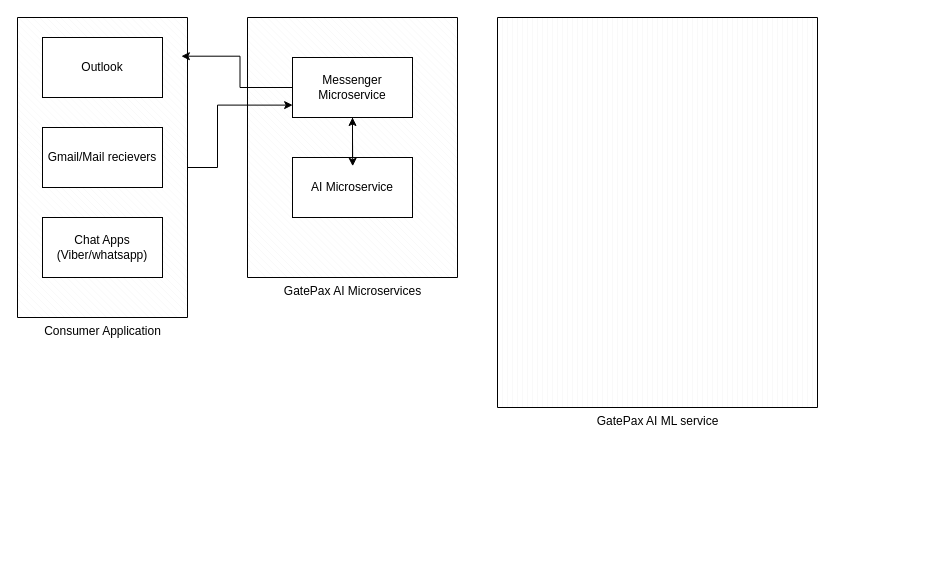
The draw.io diagram gatepax_hld.drawio in EnnobridgeTech/Draw.io-Diagrams, before the edit. Source tidied: cells renumbered, new cells numbered last; positions are measured from the earlier drawing's top-left corner, leaving out a move shared by most shapes. Both pictures are drawn from the tidied source at 100%, with x=0, y=0 at pixel (17, 17).
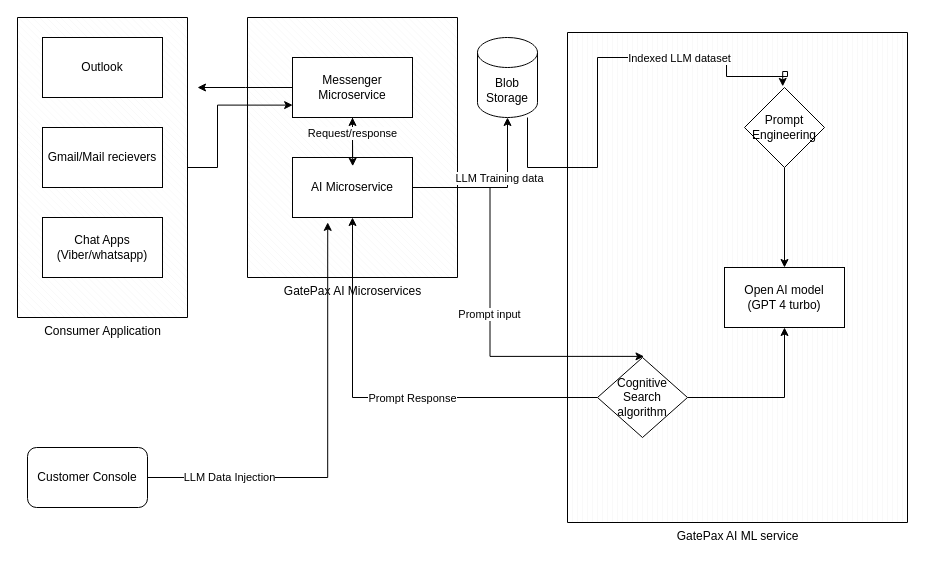
After the change.

The change refers to these unchanged cells:
```xml
<mxCell id="2" value="Consumer Application" style="verticalLabelPosition=bottom;verticalAlign=top;html=1;shape=mxgraph.basic.patternFillRect;fillStyle=diagRev;step=5;fillStrokeWidth=0.2;fillStrokeColor=#dddddd;" parent="1" vertex="1">
  <mxGeometry width="170" height="300" as="geometry" />
</mxCell>
<mxCell id="6" value="GatePax AI Microservices" style="verticalLabelPosition=bottom;verticalAlign=top;html=1;shape=mxgraph.basic.patternFillRect;fillStyle=diagRev;step=5;fillStrokeWidth=0.2;fillStrokeColor=#dddddd;" parent="1" vertex="1">
  <mxGeometry x="230" width="210" height="260" as="geometry" />
</mxCell>
<mxCell id="7" value="Messenger Microservice" style="rounded=0;whiteSpace=wrap;html=1;" parent="1" vertex="1">
  <mxGeometry x="275" y="40" width="120" height="60" as="geometry" />
</mxCell>
<mxCell id="9" value="AI Microservice" style="rounded=0;whiteSpace=wrap;html=1;" parent="1" vertex="1">
  <mxGeometry x="275" y="140" width="120" height="60" as="geometry" />
</mxCell>
<mxCell id="11" style="edgeStyle=orthogonalEdgeStyle;rounded=0;jettySize=auto;html=1;entryX=0.501;entryY=0.572;entryDx=0;entryDy=0;entryPerimeter=0;" parent="1" edge="1" source="7" target="6">
  <mxGeometry relative="1" as="geometry" />
</mxCell>
```

The edit, as a diff of the source:
```diff
@@
+    <mxCell id="14" style="edgeStyle=orthogonalEdgeStyle;rounded=0;jettySize=auto;html=1;exitX=0;exitY=0.5;exitDx=0;exitDy=0;" parent="1" edge="1" source="7">
+      <mxGeometry relative="1" as="geometry">
+        <mxPoint x="180" y="70" as="targetPoint" />
+      </mxGeometry>
+    </mxCell>
@@
-    <mxCell id="12" style="edgeStyle=orthogonalEdgeStyle;rounded=0;jettySize=auto;html=1;entryX=0.964;entryY=0.129;entryDx=0;entryDy=0;entryPerimeter=0;" parent="1" edge="1" source="7" target="2">
-      <mxGeometry relative="1" as="geometry" />
-    </mxCell>
+    <mxCell id="15" value="Request/response" style="edgeLabel;html=1;align=center;verticalAlign=middle;" parent="11" vertex="1">
+      <mxGeometry x="-0.23" y="-1" relative="1" as="geometry">
+        <mxPoint y="-4" as="offset" />
+      </mxGeometry>
+    </mxCell>
     <mxCell id="13" value="GatePax AI ML service" style="verticalLabelPosition=bottom;verticalAlign=top;html=1;shape=mxgraph.basic.patternFillRect;fillStyle=vert;step=5;fillStrokeWidth=0.2;fillStrokeColor=#dddddd;" parent="1" vertex="1">
-      <mxGeometry x="480" width="320" height="390" as="geometry" />
+      <mxGeometry x="550" y="15" width="340" height="490" as="geometry" />
     </mxCell>
+    <mxCell id="16" value="Blob Storage" style="shape=cylinder3;whiteSpace=wrap;html=1;boundedLbl=1;backgroundOutline=1;size=15;" parent="1" vertex="1">
+      <mxGeometry x="460" y="20" width="60" height="80" as="geometry" />
+    </mxCell>
+    <mxCell id="17" style="edgeStyle=orthogonalEdgeStyle;rounded=0;jettySize=auto;html=1;entryX=0.5;entryY=1;entryDx=0;entryDy=0;entryPerimeter=0;" parent="1" edge="1" source="9" target="16">
+      <mxGeometry relative="1" as="geometry" />
+    </mxCell>
+    <mxCell id="18" value="LLM Training data" style="edgeLabel;html=1;align=center;verticalAlign=middle;" parent="17" vertex="1">
+      <mxGeometry x="0.04" y="1" relative="1" as="geometry">
+        <mxPoint y="-9" as="offset" />
+      </mxGeometry>
+    </mxCell>
+    <mxCell id="19" style="edgeStyle=orthogonalEdgeStyle;rounded=0;jettySize=auto;html=1;" parent="1" edge="1" source="20" target="23">
+      <mxGeometry relative="1" as="geometry" />
+    </mxCell>
+    <mxCell id="20" value="Prompt Engineering" style="rhombus;whiteSpace=wrap;html=1;" parent="1" vertex="1">
+      <mxGeometry x="727" y="70" width="80" height="80" as="geometry" />
+    </mxCell>
+    <mxCell id="21" style="edgeStyle=orthogonalEdgeStyle;rounded=0;jettySize=auto;html=1;entryX=0.633;entryY=0.11;entryDx=0;entryDy=0;entryPerimeter=0;" parent="1" edge="1" source="16" target="13">
+      <mxGeometry relative="1" as="geometry">
+        <Array as="points">
+          <mxPoint x="510" y="150" />
+          <mxPoint x="580" y="150" />
+          <mxPoint x="580" y="40" />
+          <mxPoint x="709" y="40" />
+          <mxPoint x="709" y="59" />
+          <mxPoint x="770" y="59" />
+          <mxPoint x="770" y="54" />
+          <mxPoint x="765" y="54" />
+        </Array>
+      </mxGeometry>
+    </mxCell>
+    <mxCell id="22" value="Indexed LLM dataset" style="edgeLabel;html=1;align=center;verticalAlign=middle;" parent="21" vertex="1">
+      <mxGeometry x="0.37" y="1" relative="1" as="geometry">
+        <mxPoint x="-7" y="1" as="offset" />
+      </mxGeometry>
+    </mxCell>
+    <mxCell id="23" value="Open AI model&lt;br&gt;(GPT 4 turbo)" style="rounded=0;whiteSpace=wrap;html=1;" parent="1" vertex="1">
+      <mxGeometry x="707" y="250" width="120" height="60" as="geometry" />
+    </mxCell>
+    <mxCell id="24" style="edgeStyle=orthogonalEdgeStyle;rounded=0;jettySize=auto;html=1;" parent="1" edge="1" source="27" target="23">
+      <mxGeometry relative="1" as="geometry" />
+    </mxCell>
+    <mxCell id="25" style="edgeStyle=orthogonalEdgeStyle;rounded=0;jettySize=auto;html=1;" parent="1" edge="1" source="27" target="9">
+      <mxGeometry relative="1" as="geometry" />
+    </mxCell>
+    <mxCell id="26" value="Prompt Response" style="edgeLabel;html=1;align=center;verticalAlign=middle;" parent="25" vertex="1">
+      <mxGeometry relative="1" as="geometry">
+        <mxPoint x="27" as="offset" />
+      </mxGeometry>
+    </mxCell>
+    <mxCell id="27" value="Cognitive Search algorithm" style="rhombus;whiteSpace=wrap;html=1;" parent="1" vertex="1">
+      <mxGeometry x="580" y="340" width="90" height="80" as="geometry" />
+    </mxCell>
+    <mxCell id="28" style="edgeStyle=orthogonalEdgeStyle;rounded=0;jettySize=auto;html=1;entryX=0.225;entryY=0.661;entryDx=0;entryDy=0;entryPerimeter=0;" parent="1" edge="1" source="9" target="13">
+      <mxGeometry relative="1" as="geometry" />
+    </mxCell>
+    <mxCell id="29" value="Prompt input" style="edgeLabel;html=1;align=center;verticalAlign=middle;" parent="28" vertex="1">
+      <mxGeometry x="0.02" y="-1" relative="1" as="geometry" />
+    </mxCell>
+    <mxCell id="30" value="Customer Console" style="rounded=1;whiteSpace=wrap;html=1;" parent="1" vertex="1">
+      <mxGeometry x="10" y="430" width="120" height="60" as="geometry" />
+    </mxCell>
+    <mxCell id="31" style="edgeStyle=orthogonalEdgeStyle;rounded=0;jettySize=auto;html=1;entryX=0.382;entryY=0.788;entryDx=0;entryDy=0;entryPerimeter=0;" parent="1" edge="1" source="30" target="6">
+      <mxGeometry relative="1" as="geometry" />
+    </mxCell>
+    <mxCell id="32" value="LLM Data Injection" style="edgeLabel;html=1;align=center;verticalAlign=middle;" parent="31" vertex="1">
+      <mxGeometry x="-0.63" y="1" relative="1" as="geometry" />
+    </mxCell>
```
